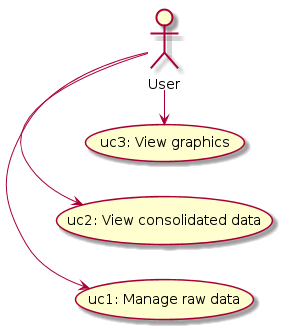
Earlier version of the PlantUML export docs/images/generated/features_overview_guc.png (aert/aert-climagraph). The source it was exported from:
```plantuml
@startuml features_overview_guc.png


   left to right direction
   :User:
   (uc1: Manage raw data)           as (guc1)
   (uc2: View consolidated data)    as (guc2)
   (uc3: View graphics)             as (guc3)

   User           -> (guc1)
   User           -> (guc2)
   User           -> (guc3)

@enduml
```
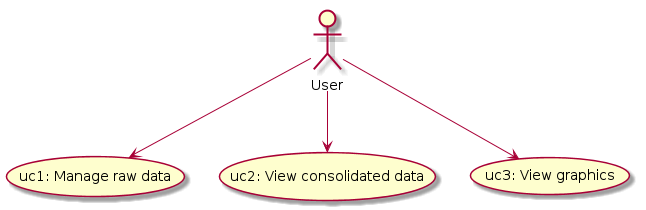
The same file after the commit.

The edit, as a diff of the source:
```diff
@@ -1,14 +1,13 @@
 @startuml features_overview_guc.png
 
 
-   left to right direction
    :User:
    (uc1: Manage raw data)           as (guc1)
    (uc2: View consolidated data)    as (guc2)
    (uc3: View graphics)             as (guc3)
 
-   User           -> (guc1)
-   User           -> (guc2)
-   User           -> (guc3)
+   User          --> (guc1)
+   User          --> (guc2)
+   User          --> (guc3)
 
 @enduml
```
